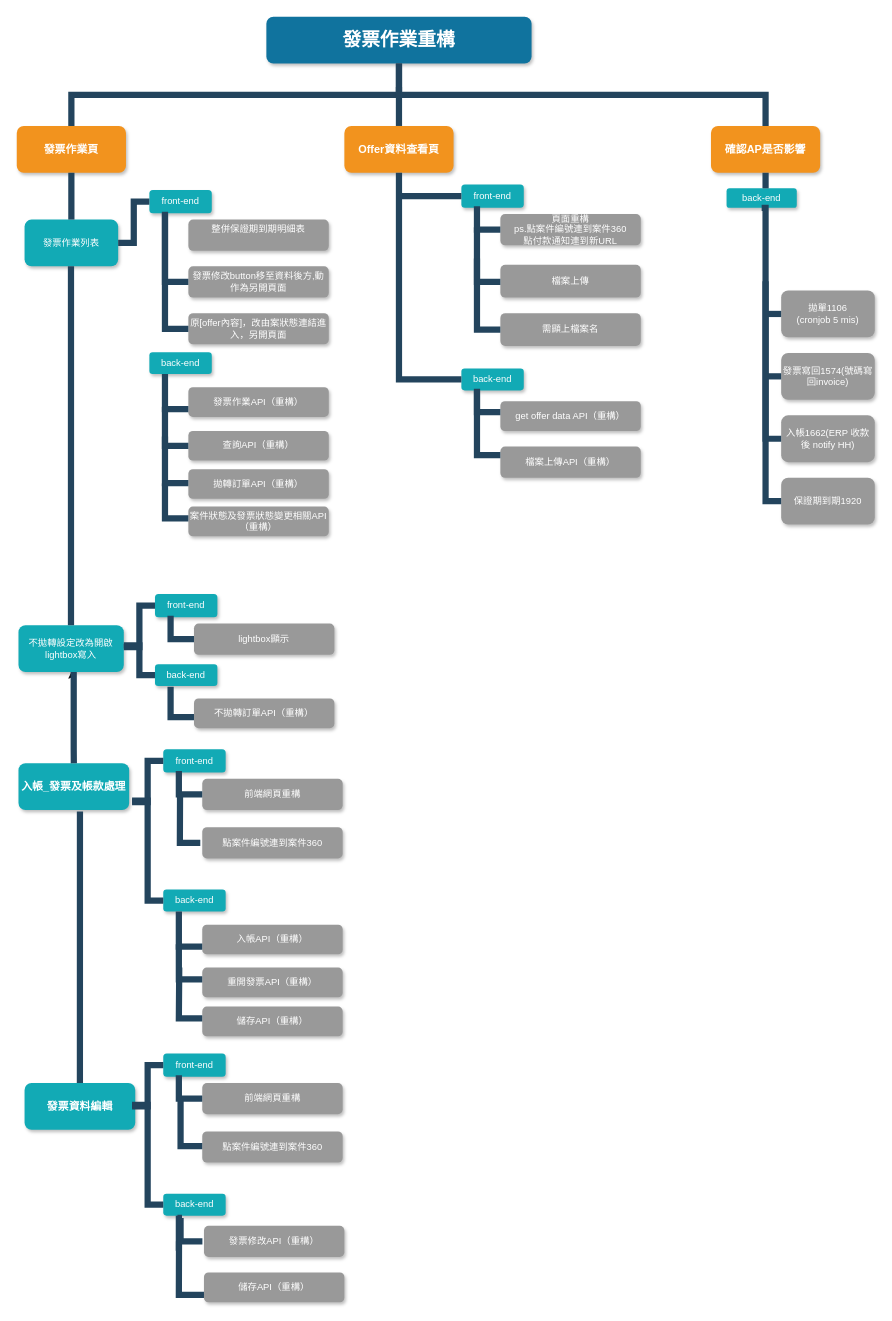
Above: Untitled Diagram.drawio in terencehung/rrr (draw.io), before the change. Source tidied: cells renumbered, new cells numbered last; positions are measured from the earlier drawing's top-left corner, leaving out a move shared by most shapes. Both pictures are drawn from the tidied source at 78%, with x=0, y=0 at pixel (16, 16).
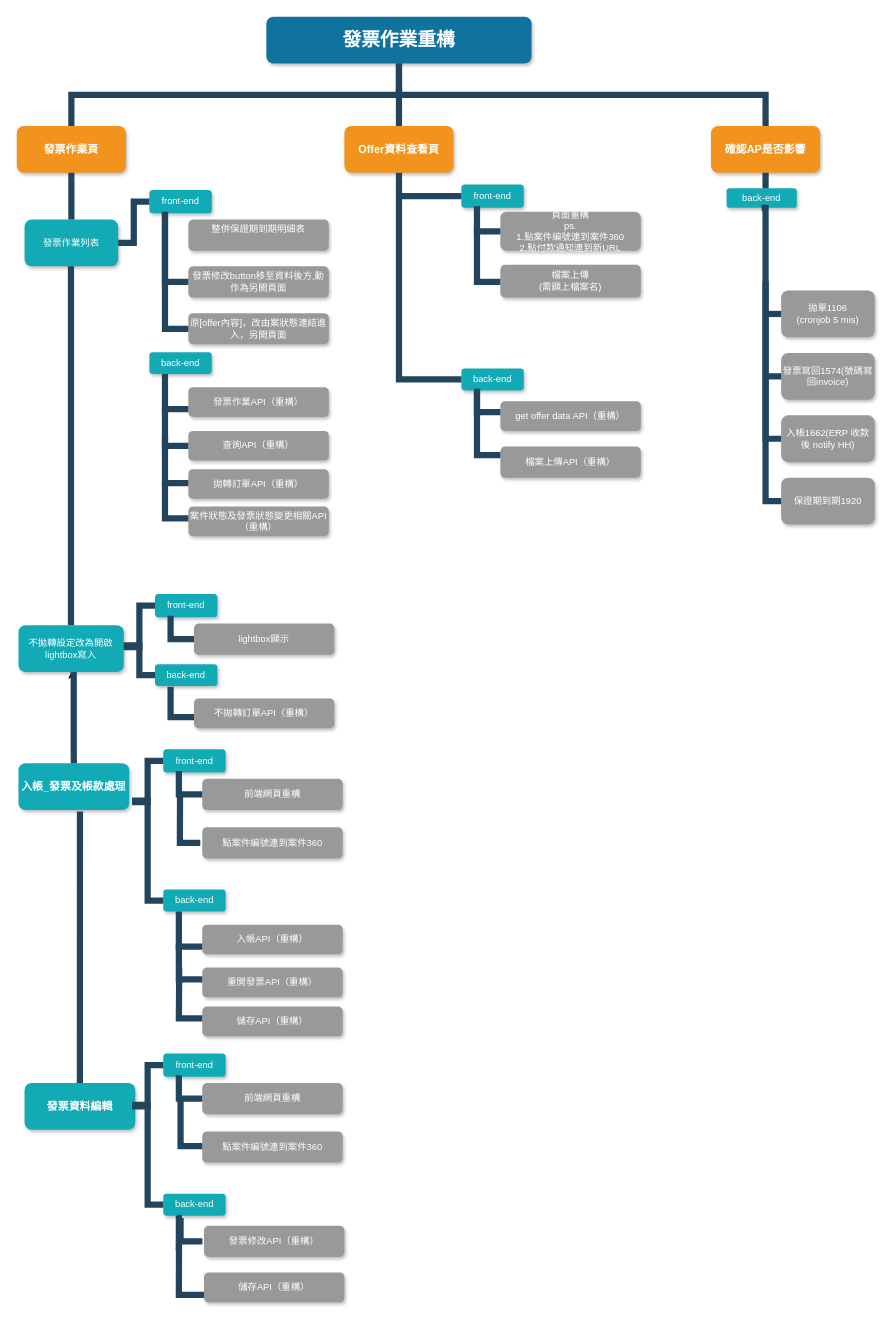
The same page after the edit.

Change to the diagram source:
```diff
@@
-    <mxCell id="25" value="需顯上檔案名" style="whiteSpace=wrap;rounded=1;fillColor=#999999;strokeColor=none;shadow=1;fontColor=#FFFFFF;fontStyle=0;" parent="1" vertex="1">
-      <mxGeometry x="620" y="380" width="180" height="42" as="geometry" />
-    </mxCell>
@@
-    <mxCell id="64" value="頁面重構&#10;ps.點案件編號連到案件360&#10;點付款通知連到新URL" style="whiteSpace=wrap;rounded=1;fillColor=#999999;strokeColor=none;shadow=1;fontColor=#FFFFFF;fontStyle=0;align=center;" parent="1" vertex="1">
-      <mxGeometry x="620" y="253" width="180" height="40" as="geometry" />
+    <mxCell id="64" value="頁面重構&#10;ps.&#10;1.點案件編號連到案件360&#10;2.點付款通知連到新URL" style="whiteSpace=wrap;rounded=1;fillColor=#999999;strokeColor=none;shadow=1;fontColor=#FFFFFF;fontStyle=0;align=center;" parent="1" vertex="1">
+      <mxGeometry x="620" y="250" width="180" height="50" as="geometry" />
     </mxCell>
@@
-    <mxCell id="70" style="edgeStyle=elbowEdgeStyle;elbow=horizontal;rounded=0;fontColor=#000000;endArrow=none;endFill=0;strokeWidth=8;strokeColor=#23445D;align=center;entryX=0;entryY=0.5;entryDx=0;entryDy=0;" parent="1" edge="1" target="25">
-      <mxGeometry relative="1" as="geometry">
-        <mxPoint x="590" y="270" as="sourcePoint" />
-        <Array as="points">
-          <mxPoint x="590" y="397" />
-        </Array>
-      </mxGeometry>
-    </mxCell>
@@
-    <mxCell id="90" value="檔案上傳" style="whiteSpace=wrap;rounded=1;fillColor=#999999;strokeColor=none;shadow=1;fontColor=#FFFFFF;fontStyle=0;" parent="1" vertex="1">
+    <mxCell id="90" value="檔案上傳&#10;(需顯上檔案名)" style="whiteSpace=wrap;rounded=1;fillColor=#999999;strokeColor=none;shadow=1;fontColor=#FFFFFF;fontStyle=0;" parent="1" vertex="1">
       <mxGeometry x="620" y="318" width="180" height="42" as="geometry" />
     </mxCell>
     <mxCell id="91" style="edgeStyle=elbowEdgeStyle;elbow=horizontal;rounded=0;fontColor=#000000;endArrow=none;endFill=0;strokeWidth=8;strokeColor=#23445D;entryX=0;entryY=0.5;entryDx=0;entryDy=0;align=center;" parent="1" edge="1">
       <mxGeometry relative="1" as="geometry">
-        <mxPoint x="590" y="310" as="sourcePoint" />
+        <mxPoint x="590" y="270" as="sourcePoint" />
         <mxPoint x="620" y="340" as="targetPoint" />
         <Array as="points">
           <mxPoint x="590" y="400" />
         </Array>
       </mxGeometry>
     </mxCell>
```
